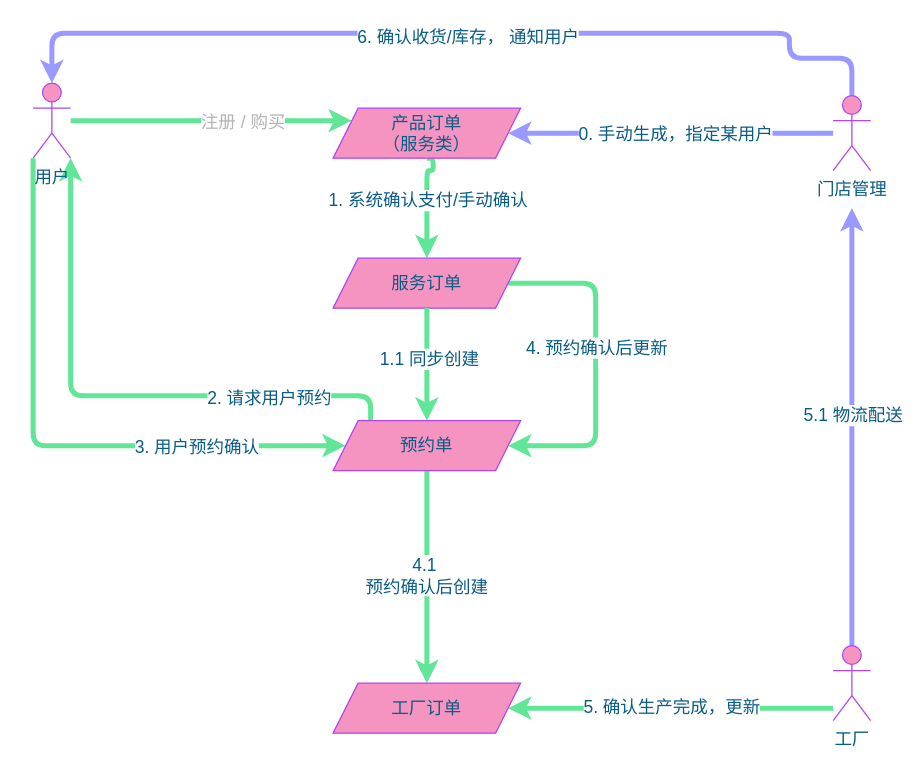
42atom/desgindata keeps this draw.io diagram as page "订单流v1" (2 of 2) of huaqinApp.drawio. Above is the earlier version. Source tidied: cells renumbered, new cells numbered last; positions are measured from the earlier drawing's top-left corner, leaving out a move shared by most shapes. Both pictures are drawn from the tidied source at 125%, with x=0, y=0 at pixel (32, 32).
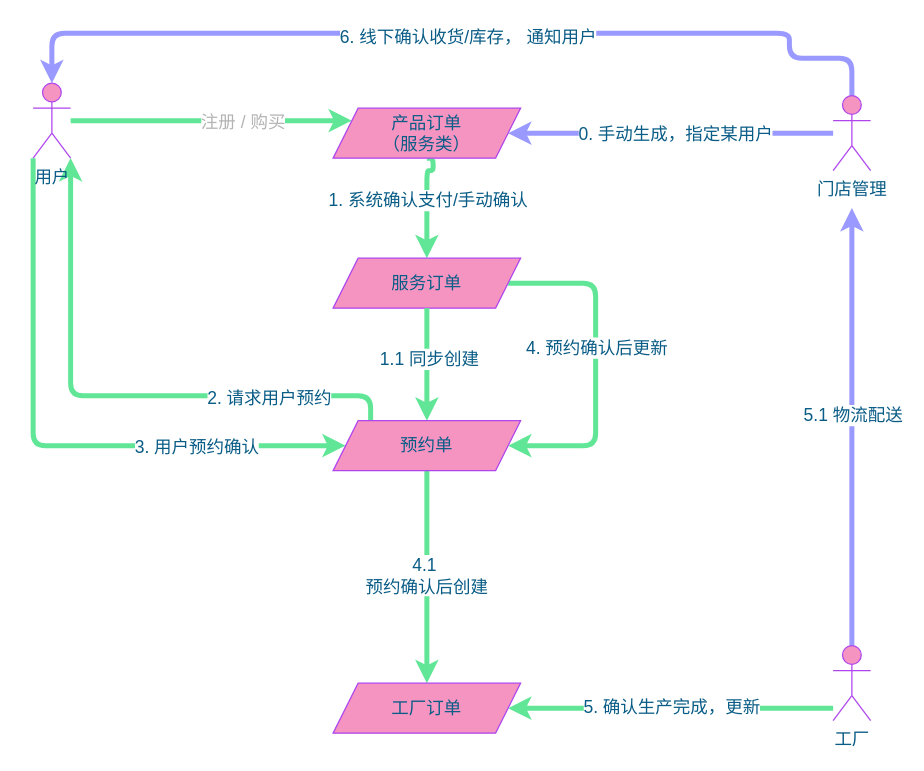
After the change.

Unchanged cells that the change refers to:
```xml
<mxCell id="8" style="edgeStyle=orthogonalEdgeStyle;shape=connector;rounded=1;jettySize=auto;html=1;labelBackgroundColor=default;strokeColor=#9999FF;strokeWidth=4;align=center;verticalAlign=middle;fontFamily=Helvetica;fontSize=14;fontColor=#095C86;endArrow=classic;fillColor=#F694C1;exitX=0.5;exitY=0;exitDx=0;exitDy=0;exitPerimeter=0;" parent="1" edge="1" source="10" target="30">
  <mxGeometry relative="1" as="geometry">
    <Array as="points">
      <mxPoint x="655" y="20" />
      <mxPoint x="605" y="20" />
      <mxPoint x="605" />
      <mxPoint x="15" />
    </Array>
  </mxGeometry>
</mxCell>
```

What changed in the source:
```diff
@@
-    <mxCell id="9" value="&lt;font style=&quot;font-size: 14px;&quot;&gt;6. 确认收货/库存， 通知用户&lt;/font&gt;" style="edgeLabel;html=1;align=center;verticalAlign=middle;fontSize=11;fontFamily=Helvetica;fontColor=#095C86;" parent="8" vertex="1">
+    <mxCell id="9" value="&lt;font style=&quot;font-size: 14px;&quot;&gt;6. 线下确认收货/库存， 通知用户&lt;/font&gt;" style="edgeLabel;html=1;align=center;verticalAlign=middle;fontSize=11;fontFamily=Helvetica;fontColor=#095C86;" parent="8" vertex="1">
       <mxGeometry x="-0.02" y="2" relative="1" as="geometry" />
     </mxCell>
```
